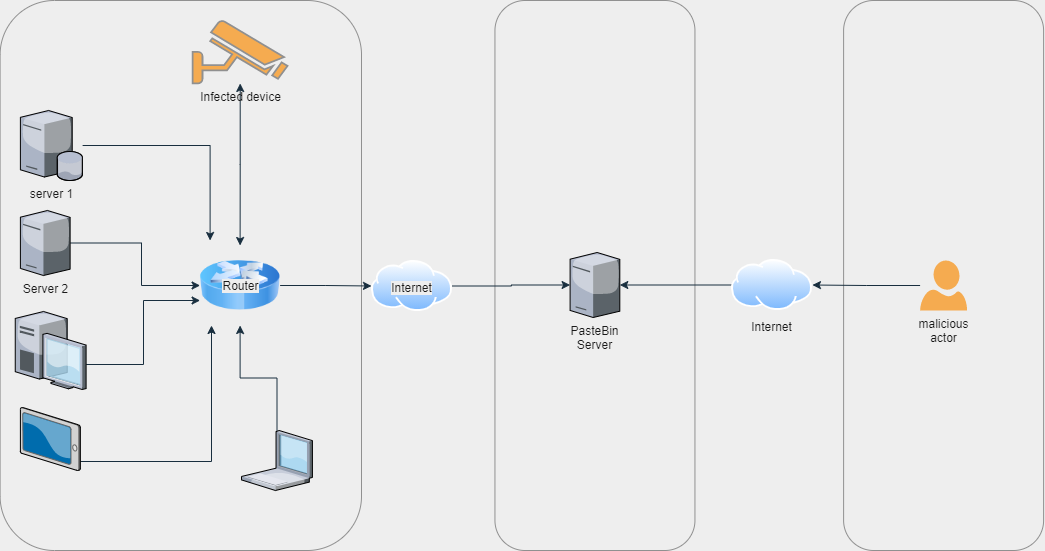
Above: final.png in jorick93/Backdoor_CCTV (draw.io), before the change. Source tidied: cells renumbered, new cells last; positions are measured from the earlier drawing's top-left corner, leaving out a move shared by most shapes.
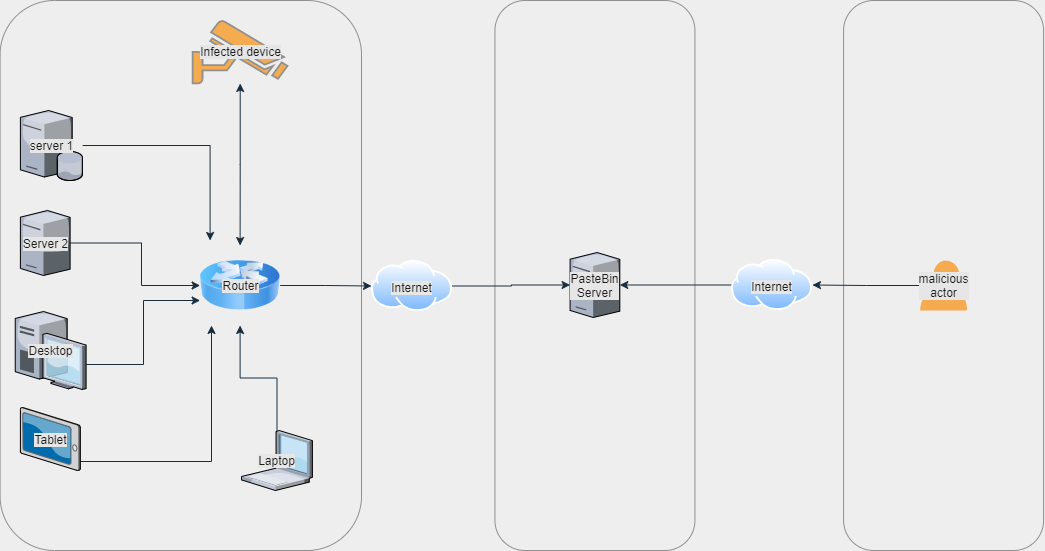
The same diagram one commit later.

Change to the diagram source:
```diff
@@ -2,16 +2,16 @@
   <root>
     <mxCell id="0" />
     <mxCell id="1" parent="0" />
-    <mxCell id="2" style="rounded=1;whiteSpace=wrap;html=1;fillColor=none;strokeColor=#909090;fontColor=#1A1A1A;" parent="1" vertex="1">
+    <mxCell id="2" style="rounded=1;whiteSpace=wrap;html=1;fillColor=none;strokeColor=#909090;fontColor=#1A1A1A;labelPosition=center;verticalLabelPosition=middle;align=center;verticalAlign=middle;labelBackgroundColor=#E6E6E6;labelBorderColor=none;" parent="1" vertex="1">
       <mxGeometry x="494.5" width="200" height="550" as="geometry" />
     </mxCell>
-    <mxCell id="3" style="rounded=1;whiteSpace=wrap;html=1;fillColor=none;strokeColor=#909090;fontColor=#1A1A1A;" parent="1" vertex="1">
+    <mxCell id="3" style="rounded=1;whiteSpace=wrap;html=1;fillColor=none;strokeColor=#909090;fontColor=#1A1A1A;labelPosition=center;verticalLabelPosition=middle;align=center;verticalAlign=middle;labelBackgroundColor=#E6E6E6;labelBorderColor=none;" parent="1" vertex="1">
       <mxGeometry x="843.1" width="200" height="550" as="geometry" />
     </mxCell>
-    <mxCell id="4" style="rounded=1;whiteSpace=wrap;html=1;fillColor=none;strokeColor=#909090;fontColor=#1A1A1A;" parent="1" vertex="1">
+    <mxCell id="4" style="rounded=1;whiteSpace=wrap;html=1;fillColor=none;strokeColor=#909090;fontColor=#1A1A1A;labelBackgroundColor=#E6E6E6;" parent="1" vertex="1">
       <mxGeometry x="-0.4" width="361.4" height="550" as="geometry" />
     </mxCell>
-    <mxCell id="5" style="edgeStyle=orthogonalEdgeStyle;rounded=0;jettySize=auto;html=1;strokeColor=#182E3E;fontColor=#1A1A1A;labelBackgroundColor=#EEEEEE;" parent="1" edge="1" source="6" target="18">
+    <mxCell id="5" style="edgeStyle=orthogonalEdgeStyle;rounded=0;jettySize=auto;html=1;strokeColor=#182E3E;fontColor=#1A1A1A;labelBackgroundColor=#E6E6E6;" parent="1" edge="1" source="6" target="18">
       <mxGeometry relative="1" as="geometry">
         <Array as="points">
           <mxPoint x="143" y="364" />
@@ -19,10 +19,10 @@
         </Array>
       </mxGeometry>
     </mxCell>
-    <mxCell id="6" style="verticalLabelPosition=bottom;html=1;verticalAlign=top;strokeColor=none;align=center;outlineConnect=0;shape=mxgraph.citrix.desktop;fillColor=#F5AB50;fontColor=#1A1A1A;" parent="1" vertex="1">
+    <mxCell id="6" value="Desktop" style="verticalLabelPosition=middle;html=1;verticalAlign=middle;strokeColor=none;align=center;outlineConnect=0;shape=mxgraph.citrix.desktop;fillColor=#F5AB50;fontColor=#1A1A1A;labelBackgroundColor=#E6E6E6;labelPosition=center;" parent="1" vertex="1">
       <mxGeometry x="14.8" y="311" width="70.8" height="78" as="geometry" />
     </mxCell>
-    <mxCell id="7" style="edgeStyle=orthogonalEdgeStyle;rounded=0;jettySize=auto;html=1;strokeColor=#182E3E;fontColor=#1A1A1A;labelBackgroundColor=#EEEEEE;" parent="1" edge="1" source="8" target="18">
+    <mxCell id="7" style="edgeStyle=orthogonalEdgeStyle;rounded=0;jettySize=auto;html=1;strokeColor=#182E3E;fontColor=#1A1A1A;labelBackgroundColor=#E6E6E6;" parent="1" edge="1" source="8" target="18">
       <mxGeometry relative="1" as="geometry">
         <Array as="points">
           <mxPoint x="141" y="242" />
@@ -30,64 +30,64 @@
         </Array>
       </mxGeometry>
     </mxCell>
-    <mxCell id="8" value="Server 2" style="verticalLabelPosition=bottom;html=1;verticalAlign=top;strokeColor=none;align=center;outlineConnect=0;shape=mxgraph.citrix.tower_server;fillColor=#F5AB50;fontColor=#1A1A1A;" parent="1" vertex="1">
+    <mxCell id="8" value="Server 2" style="verticalLabelPosition=middle;html=1;verticalAlign=middle;strokeColor=none;align=center;outlineConnect=0;shape=mxgraph.citrix.tower_server;fillColor=#F5AB50;fontColor=#1A1A1A;labelBackgroundColor=#E6E6E6;labelPosition=center;" parent="1" vertex="1">
       <mxGeometry x="19.9" y="210" width="49.7" height="65" as="geometry" />
     </mxCell>
-    <mxCell id="9" style="edgeStyle=orthogonalEdgeStyle;rounded=0;jettySize=auto;html=1;strokeColor=#182E3E;fontColor=#1A1A1A;labelBackgroundColor=#EEEEEE;" parent="1" edge="1" source="10" target="18">
+    <mxCell id="9" style="edgeStyle=orthogonalEdgeStyle;rounded=0;jettySize=auto;html=1;strokeColor=#182E3E;fontColor=#1A1A1A;labelBackgroundColor=#E6E6E6;" parent="1" edge="1" source="10" target="18">
       <mxGeometry relative="1" as="geometry">
         <Array as="points">
           <mxPoint x="211" y="461" />
         </Array>
       </mxGeometry>
     </mxCell>
-    <mxCell id="10" style="verticalLabelPosition=bottom;html=1;verticalAlign=top;strokeColor=none;align=center;outlineConnect=0;shape=mxgraph.citrix.tablet_2;fillColor=#F5AB50;fontColor=#1A1A1A;" parent="1" vertex="1">
+    <mxCell id="10" value="Tablet" style="verticalLabelPosition=middle;html=1;verticalAlign=middle;strokeColor=none;align=center;outlineConnect=0;shape=mxgraph.citrix.tablet_2;fillColor=#F5AB50;fontColor=#1A1A1A;labelBackgroundColor=#E6E6E6;labelPosition=center;" parent="1" vertex="1">
       <mxGeometry x="19.9" y="407.1" width="60" height="62.9" as="geometry" />
     </mxCell>
-    <mxCell id="11" style="edgeStyle=orthogonalEdgeStyle;rounded=0;sketch=0;jettySize=auto;html=1;startArrow=none;startFill=0;strokeColor=#182E3E;fontColor=#1A1A1A;" parent="1" edge="1" source="12" target="18">
+    <mxCell id="11" style="edgeStyle=orthogonalEdgeStyle;rounded=0;sketch=0;jettySize=auto;html=1;startArrow=none;startFill=0;strokeColor=#182E3E;fontColor=#1A1A1A;labelBackgroundColor=#E6E6E6;" parent="1" edge="1" source="12" target="18">
       <mxGeometry relative="1" as="geometry" />
     </mxCell>
-    <mxCell id="12" style="verticalLabelPosition=bottom;html=1;verticalAlign=top;strokeColor=none;align=center;outlineConnect=0;shape=mxgraph.citrix.laptop_1;fillColor=#F5AB50;fontColor=#1A1A1A;" parent="1" vertex="1">
+    <mxCell id="12" value="Laptop" style="verticalLabelPosition=middle;html=1;verticalAlign=middle;strokeColor=none;align=center;outlineConnect=0;shape=mxgraph.citrix.laptop_1;fillColor=#F5AB50;fontColor=#1A1A1A;labelPosition=center;labelBackgroundColor=#E6E6E6;" parent="1" vertex="1">
       <mxGeometry x="241" y="430" width="70.9" height="60" as="geometry" />
     </mxCell>
-    <mxCell id="13" style="edgeStyle=orthogonalEdgeStyle;rounded=0;jettySize=auto;html=1;strokeColor=#182E3E;fontColor=#1A1A1A;labelBackgroundColor=#EEEEEE;" parent="1" edge="1" source="14">
+    <mxCell id="13" style="edgeStyle=orthogonalEdgeStyle;rounded=0;jettySize=auto;html=1;strokeColor=#182E3E;fontColor=#1A1A1A;labelBackgroundColor=#E6E6E6;" parent="1" edge="1" source="14">
       <mxGeometry relative="1" as="geometry">
         <mxPoint x="209.6" y="240" as="targetPoint" />
       </mxGeometry>
     </mxCell>
-    <mxCell id="14" value="server 1" style="verticalLabelPosition=bottom;html=1;verticalAlign=top;strokeColor=none;align=center;outlineConnect=0;shape=mxgraph.citrix.database_server;fillColor=#F5AB50;fontColor=#1A1A1A;" parent="1" vertex="1">
+    <mxCell id="14" value="server 1" style="verticalLabelPosition=middle;html=1;verticalAlign=middle;strokeColor=none;align=center;outlineConnect=0;shape=mxgraph.citrix.database_server;fillColor=#F5AB50;fontColor=#1A1A1A;labelBackgroundColor=#E6E6E6;labelPosition=center;" parent="1" vertex="1">
       <mxGeometry x="19.9" y="110" width="62.2" height="70" as="geometry" />
     </mxCell>
-    <mxCell id="15" style="edgeStyle=orthogonalEdgeStyle;rounded=0;sketch=0;jettySize=auto;html=1;entryX=0.5;entryY=0;entryDx=0;entryDy=0;startArrow=classic;startFill=1;strokeColor=#182E3E;fontColor=#1A1A1A;" parent="1" edge="1" source="16" target="18">
+    <mxCell id="15" style="edgeStyle=orthogonalEdgeStyle;rounded=0;sketch=0;jettySize=auto;html=1;entryX=0.5;entryY=0;entryDx=0;entryDy=0;startArrow=classic;startFill=1;strokeColor=#182E3E;fontColor=#1A1A1A;labelBackgroundColor=#E6E6E6;" parent="1" edge="1" source="16" target="18">
       <mxGeometry relative="1" as="geometry" />
     </mxCell>
-    <mxCell id="16" value="Infected device" style="fontColor=#1A1A1A;verticalAlign=top;verticalLabelPosition=bottom;labelPosition=center;align=center;html=1;outlineConnect=0;fillColor=#F5AB50;strokeColor=#909090;gradientDirection=north;strokeWidth=2;shape=mxgraph.networks.security_camera;" parent="1" vertex="1">
+    <mxCell id="16" value="Infected device" style="fontColor=#1A1A1A;verticalAlign=middle;verticalLabelPosition=middle;labelPosition=center;align=center;html=1;outlineConnect=0;fillColor=#F5AB50;strokeColor=#909090;gradientDirection=north;strokeWidth=2;shape=mxgraph.networks.security_camera;labelBackgroundColor=#E6E6E6;" parent="1" vertex="1">
       <mxGeometry x="192.2" y="20" width="94.9" height="63" as="geometry" />
     </mxCell>
-    <mxCell id="17" style="edgeStyle=orthogonalEdgeStyle;rounded=0;jettySize=auto;html=1;strokeColor=#182E3E;fontColor=#1A1A1A;labelBackgroundColor=#EEEEEE;" parent="1" edge="1" source="18" target="20">
+    <mxCell id="17" style="edgeStyle=orthogonalEdgeStyle;rounded=0;jettySize=auto;html=1;strokeColor=#182E3E;fontColor=#1A1A1A;labelBackgroundColor=#E6E6E6;" parent="1" edge="1" source="18" target="20">
       <mxGeometry relative="1" as="geometry" />
     </mxCell>
-    <mxCell id="18" value="Router&lt;br&gt;" style="image;html=1;image=img/lib/clip_art/networking/Router_Icon_128x128.png;fillColor=#F5AB50;strokeColor=#909090;fontColor=#1A1A1A;labelBackgroundColor=#EEEEEE;labelPosition=center;verticalLabelPosition=middle;align=center;verticalAlign=middle;" parent="1" vertex="1">
+    <mxCell id="18" value="Router&lt;br&gt;" style="image;html=1;image=img/lib/clip_art/networking/Router_Icon_128x128.png;fillColor=#F5AB50;strokeColor=#909090;fontColor=#1A1A1A;labelBackgroundColor=#E6E6E6;labelPosition=center;verticalLabelPosition=middle;align=center;verticalAlign=middle;" parent="1" vertex="1">
       <mxGeometry x="199.6" y="245" width="80" height="80" as="geometry" />
     </mxCell>
-    <mxCell id="19" style="edgeStyle=orthogonalEdgeStyle;rounded=0;jettySize=auto;html=1;strokeColor=#182E3E;fontColor=#1A1A1A;labelBackgroundColor=#EEEEEE;" parent="1" edge="1" source="20" target="21">
+    <mxCell id="19" style="edgeStyle=orthogonalEdgeStyle;rounded=0;jettySize=auto;html=1;strokeColor=#182E3E;fontColor=#1A1A1A;labelBackgroundColor=#E6E6E6;labelBorderColor=none;" parent="1" edge="1" source="20" target="21">
       <mxGeometry relative="1" as="geometry" />
     </mxCell>
-    <mxCell id="20" value="Internet&lt;br&gt;" style="perimeter=ellipsePerimeter;html=1;align=center;shadow=0;dashed=0;spacingTop=3;image;image=img/lib/active_directory/internet_cloud.svg;fillColor=#F5AB50;strokeColor=#909090;fontColor=#1A1A1A;labelBackgroundColor=#EEEEEE;labelPosition=center;verticalLabelPosition=middle;verticalAlign=middle;" parent="1" vertex="1">
+    <mxCell id="20" value="Internet&lt;br&gt;" style="perimeter=ellipsePerimeter;html=1;align=center;shadow=0;dashed=0;spacingTop=3;image;image=img/lib/active_directory/internet_cloud.svg;fillColor=#F5AB50;strokeColor=#909090;fontColor=#1A1A1A;labelBackgroundColor=#E6E6E6;labelPosition=center;verticalLabelPosition=middle;verticalAlign=middle;" parent="1" vertex="1">
       <mxGeometry x="371" y="260" width="81" height="51" as="geometry" />
     </mxCell>
-    <mxCell id="21" value="PasteBin&lt;br&gt;Server&lt;br&gt;" style="verticalLabelPosition=bottom;html=1;verticalAlign=top;strokeColor=none;align=center;outlineConnect=0;shape=mxgraph.citrix.tower_server;fillColor=#F5AB50;fontColor=#1A1A1A;" parent="1" vertex="1">
+    <mxCell id="21" value="PasteBin&lt;br&gt;Server&lt;br&gt;" style="verticalLabelPosition=middle;html=1;verticalAlign=middle;strokeColor=none;align=center;outlineConnect=0;shape=mxgraph.citrix.tower_server;fillColor=#F5AB50;fontColor=#1A1A1A;labelPosition=center;labelBackgroundColor=#E6E6E6;labelBorderColor=none;" parent="1" vertex="1">
       <mxGeometry x="569.6" y="252" width="49.7" height="65" as="geometry" />
     </mxCell>
-    <mxCell id="22" style="edgeStyle=orthogonalEdgeStyle;rounded=0;jettySize=auto;html=1;startArrow=none;startFill=0;endArrow=classic;endFill=1;strokeColor=#182E3E;fontColor=#1A1A1A;labelBackgroundColor=#EEEEEE;" parent="1" edge="1" source="23" target="21">
+    <mxCell id="22" style="edgeStyle=orthogonalEdgeStyle;rounded=0;jettySize=auto;html=1;startArrow=none;startFill=0;endArrow=classic;endFill=1;strokeColor=#182E3E;fontColor=#1A1A1A;labelBackgroundColor=#E6E6E6;labelPosition=center;verticalLabelPosition=middle;align=center;verticalAlign=middle;labelBorderColor=none;" parent="1" edge="1" source="23" target="21">
       <mxGeometry relative="1" as="geometry" />
     </mxCell>
-    <mxCell id="23" value="Internet" style="perimeter=ellipsePerimeter;html=1;align=center;shadow=0;dashed=0;spacingTop=3;image;image=img/lib/active_directory/internet_cloud.svg;fillColor=#F5AB50;strokeColor=#909090;fontColor=#1A1A1A;labelBackgroundColor=#EEEEEE;" parent="1" vertex="1">
+    <mxCell id="23" value="Internet" style="perimeter=ellipsePerimeter;html=1;align=center;shadow=0;dashed=0;spacingTop=3;image;image=img/lib/active_directory/internet_cloud.svg;fillColor=#F5AB50;strokeColor=#909090;fontColor=#1A1A1A;labelBackgroundColor=#E6E6E6;labelPosition=center;verticalLabelPosition=middle;verticalAlign=middle;labelBorderColor=none;" parent="1" vertex="1">
       <mxGeometry x="731" y="259" width="81" height="51" as="geometry" />
     </mxCell>
-    <mxCell id="24" style="edgeStyle=orthogonalEdgeStyle;rounded=0;jettySize=auto;html=1;startArrow=none;startFill=0;endArrow=classic;endFill=1;strokeColor=#182E3E;fontColor=#1A1A1A;labelBackgroundColor=#EEEEEE;" parent="1" edge="1" source="25" target="23">
+    <mxCell id="24" style="edgeStyle=orthogonalEdgeStyle;rounded=0;jettySize=auto;html=1;startArrow=none;startFill=0;endArrow=classic;endFill=1;strokeColor=#182E3E;fontColor=#1A1A1A;labelBackgroundColor=#E6E6E6;labelPosition=center;verticalLabelPosition=middle;align=center;verticalAlign=middle;labelBorderColor=none;" parent="1" edge="1" source="25" target="23">
       <mxGeometry relative="1" as="geometry" />
     </mxCell>
-    <mxCell id="25" value="malicious&lt;br&gt;actor" style="shadow=0;dashed=0;html=1;strokeColor=none;labelPosition=center;verticalLabelPosition=bottom;verticalAlign=top;align=center;fillColor=#F5AB50;shape=mxgraph.azure.user;fontColor=#1A1A1A;" parent="1" vertex="1">
+    <mxCell id="25" value="malicious&lt;br&gt;actor" style="shadow=0;dashed=0;html=1;strokeColor=none;labelPosition=center;verticalLabelPosition=middle;verticalAlign=middle;align=center;fillColor=#F5AB50;shape=mxgraph.azure.user;fontColor=#1A1A1A;labelBackgroundColor=#E6E6E6;labelBorderColor=none;" parent="1" vertex="1">
       <mxGeometry x="919.6" y="260" width="47" height="50" as="geometry" />
     </mxCell>
   </root>
```
